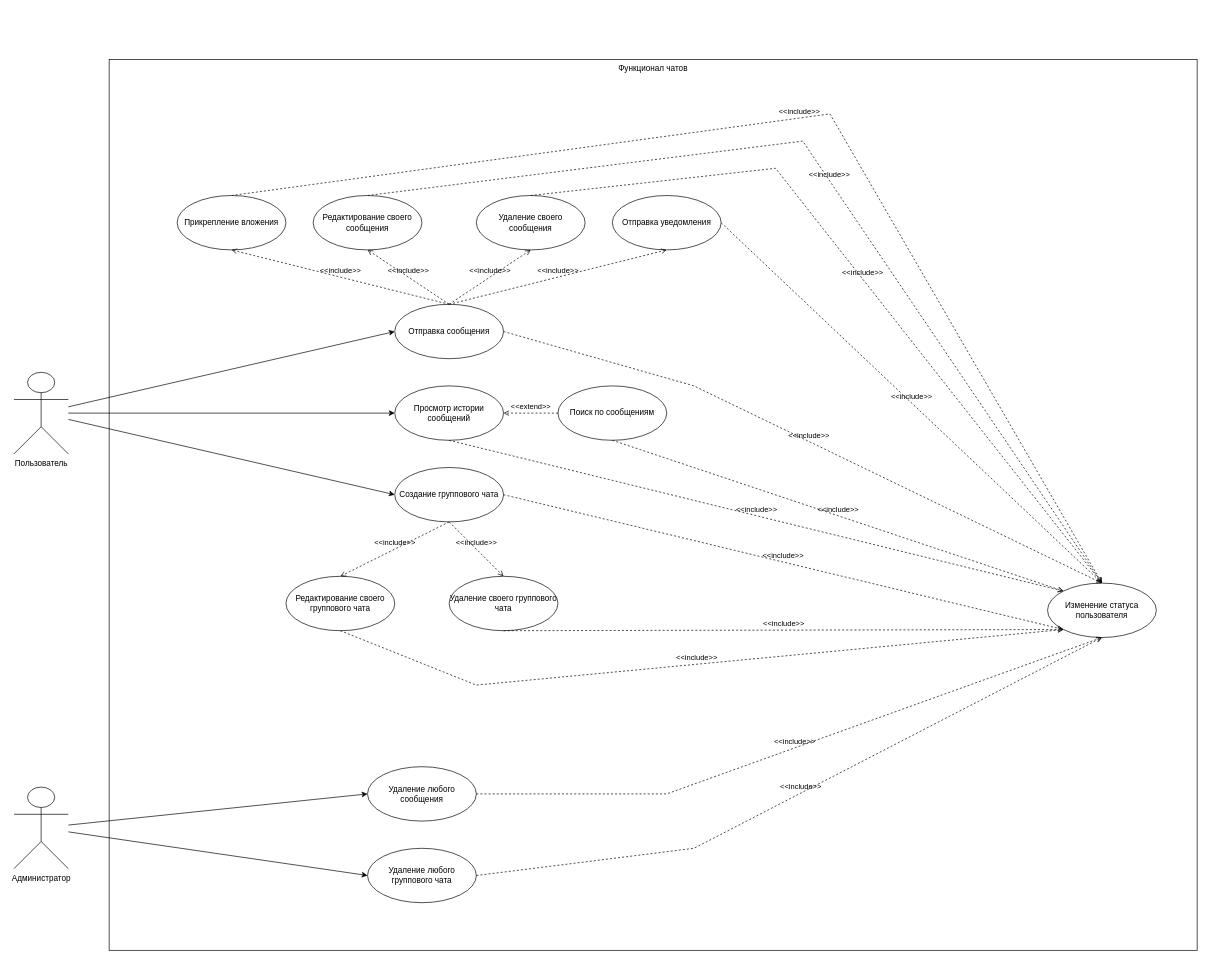
The draw.io diagram Description/Chat/Chat_User.drawio in Fox5113/corporate-social-system, before the edit. Source tidied: cells renumbered, new cells numbered last; positions are measured from the earlier drawing's top-left corner, leaving out a move shared by most shapes. Both pictures are drawn from the tidied source at 68%, with x=0, y=0 at pixel (14, 59).
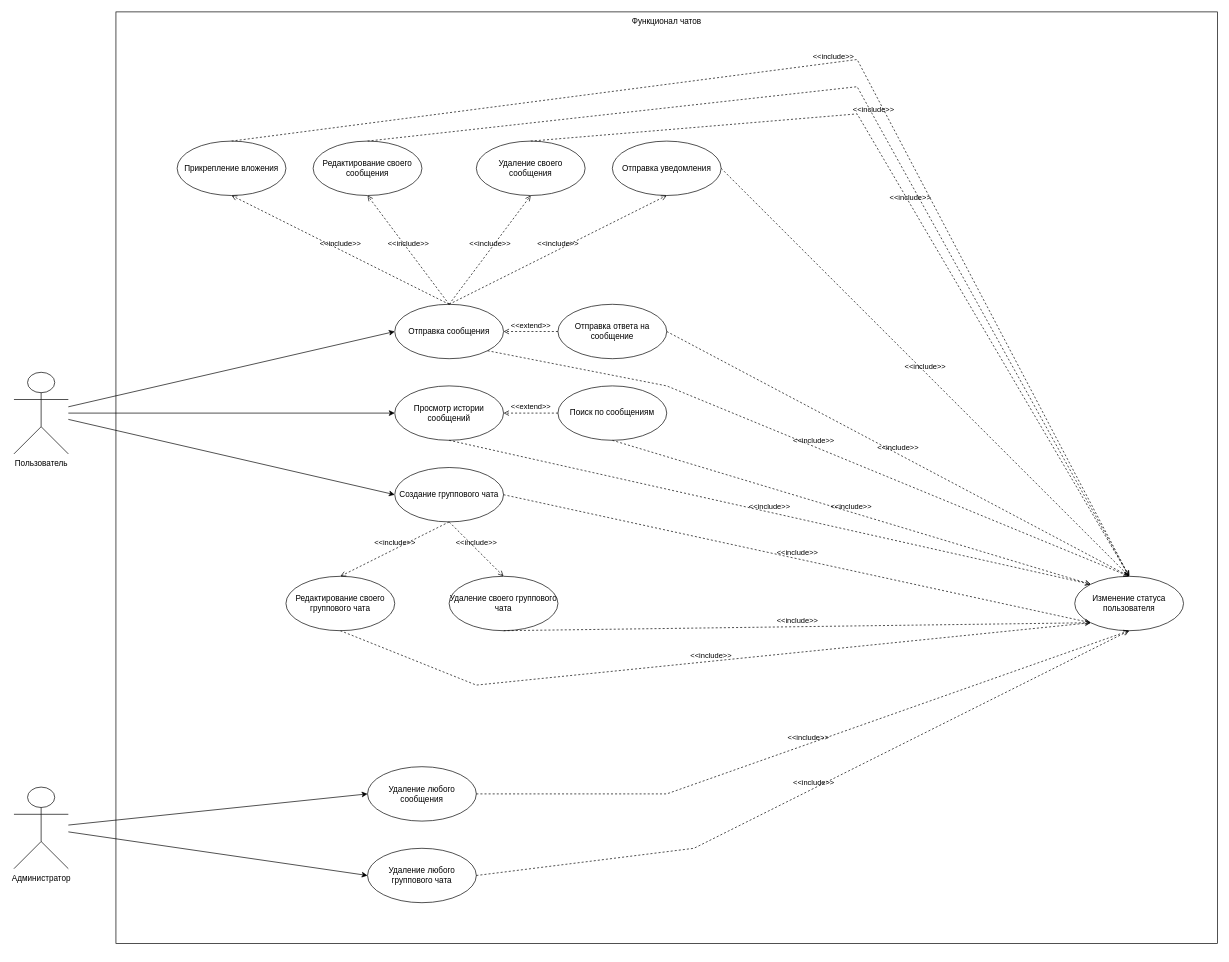
The same page after the edit.

Commit message (it also covers changes not shown here):
small fixes to chat and personal account

The change refers to these unchanged cells:
```xml
<mxCell id="7" value="Отправка сообщения" style="ellipse;whiteSpace=wrap;html=1;" parent="1" vertex="1">
  <mxGeometry x="560" y="360" width="160" height="80" as="geometry" />
</mxCell>
```

Change to the diagram source:
```diff
@@
     <mxCell id="2" value="Функционал чатов" style="rounded=0;whiteSpace=wrap;html=1;align=center;verticalAlign=top;shadow=0;" parent="1" vertex="1">
-      <mxGeometry x="140" width="1600" height="1310" as="geometry" />
+      <mxGeometry x="150" y="-70" width="1620" height="1370" as="geometry" />
     </mxCell>
@@
     <mxCell id="10" value="Удаление своего сообщения" style="ellipse;whiteSpace=wrap;html=1;" parent="1" vertex="1">
-      <mxGeometry x="680" y="200" width="160" height="80" as="geometry" />
+      <mxGeometry x="680" y="120" width="160" height="80" as="geometry" />
     </mxCell>
     <mxCell id="11" value="Редактирование своего сообщения" style="ellipse;whiteSpace=wrap;html=1;" parent="1" vertex="1">
-      <mxGeometry x="440" y="200" width="160" height="80" as="geometry" />
+      <mxGeometry x="440" y="120" width="160" height="80" as="geometry" />
     </mxCell>
@@
     <mxCell id="13" value="Прикрепление вложения" style="ellipse;whiteSpace=wrap;html=1;" parent="1" vertex="1">
-      <mxGeometry x="240" y="200" width="160" height="80" as="geometry" />
+      <mxGeometry x="240" y="120" width="160" height="80" as="geometry" />
     </mxCell>
     <mxCell id="14" value="Изменение статуса пользователя" style="ellipse;whiteSpace=wrap;html=1;" parent="1" vertex="1">
-      <mxGeometry x="1520" y="770" width="160" height="80" as="geometry" />
+      <mxGeometry x="1560" y="760" width="160" height="80" as="geometry" />
     </mxCell>
@@
     <mxCell id="17" value="Отправка уведомления" style="ellipse;whiteSpace=wrap;html=1;" parent="1" vertex="1">
-      <mxGeometry x="880" y="200" width="160" height="80" as="geometry" />
+      <mxGeometry x="880" y="120" width="160" height="80" as="geometry" />
     </mxCell>
@@
-    <mxCell id="37" value="&amp;lt;&amp;lt;include&amp;gt;&amp;gt;" style="html=1;verticalAlign=bottom;labelBackgroundColor=none;endArrow=open;endFill=0;dashed=1;rounded=0;exitX=1;exitY=0.5;exitDx=0;exitDy=0;entryX=0.5;entryY=0;entryDx=0;entryDy=0;" parent="1" edge="1" source="7" target="14">
+    <mxCell id="37" value="&amp;lt;&amp;lt;include&amp;gt;&amp;gt;" style="html=1;verticalAlign=bottom;labelBackgroundColor=none;endArrow=open;endFill=0;dashed=1;rounded=0;exitX=1;exitY=1;exitDx=0;exitDy=0;entryX=0.5;entryY=0;entryDx=0;entryDy=0;" parent="1" edge="1" source="7" target="14">
       <mxGeometry relative="1" as="geometry">
         <Array as="points">
-          <mxPoint x="1000" y="480" />
+          <mxPoint x="960" y="480" />
         </Array>
       </mxGeometry>
     </mxCell>
@@
     <mxCell id="39" value="&amp;lt;&amp;lt;include&amp;gt;&amp;gt;" style="html=1;verticalAlign=bottom;labelBackgroundColor=none;endArrow=open;endFill=0;dashed=1;rounded=0;exitX=0.5;exitY=0;exitDx=0;exitDy=0;entryX=0.5;entryY=0;entryDx=0;entryDy=0;" parent="1" edge="1" source="10" target="14">
       <mxGeometry relative="1" as="geometry">
         <Array as="points">
-          <mxPoint x="1120" y="160" />
+          <mxPoint x="1240" y="80" />
         </Array>
       </mxGeometry>
     </mxCell>
     <mxCell id="40" value="&amp;lt;&amp;lt;include&amp;gt;&amp;gt;" style="html=1;verticalAlign=bottom;labelBackgroundColor=none;endArrow=open;endFill=0;dashed=1;rounded=0;exitX=0.5;exitY=0;exitDx=0;exitDy=0;entryX=0.5;entryY=0;entryDx=0;entryDy=0;" parent="1" edge="1" source="11" target="14">
       <mxGeometry relative="1" as="geometry">
         <Array as="points">
-          <mxPoint x="1160" y="120" />
+          <mxPoint x="1240" y="40" />
         </Array>
       </mxGeometry>
     </mxCell>
     <mxCell id="41" value="&amp;lt;&amp;lt;include&amp;gt;&amp;gt;" style="html=1;verticalAlign=bottom;labelBackgroundColor=none;endArrow=open;endFill=0;dashed=1;rounded=0;exitX=0.5;exitY=0;exitDx=0;exitDy=0;entryX=0.5;entryY=0;entryDx=0;entryDy=0;" parent="1" edge="1" source="13" target="14">
       <mxGeometry relative="1" as="geometry">
         <Array as="points">
-          <mxPoint x="1200" y="80" />
+          <mxPoint x="1240" />
         </Array>
       </mxGeometry>
     </mxCell>
+    <mxCell id="42" value="Отправка ответа на сообщение" style="ellipse;whiteSpace=wrap;html=1;" parent="1" vertex="1">
+      <mxGeometry x="800" y="360" width="160" height="80" as="geometry" />
+    </mxCell>
+    <mxCell id="43" value="&amp;lt;&amp;lt;extend&amp;gt;&amp;gt;" style="html=1;verticalAlign=bottom;labelBackgroundColor=none;endArrow=open;endFill=0;dashed=1;rounded=0;entryX=1;entryY=0.5;entryDx=0;entryDy=0;exitX=0;exitY=0.5;exitDx=0;exitDy=0;" parent="1" edge="1" source="42" target="7">
+      <mxGeometry relative="1" as="geometry" />
+    </mxCell>
+    <mxCell id="44" value="&amp;lt;&amp;lt;include&amp;gt;&amp;gt;" style="html=1;verticalAlign=bottom;labelBackgroundColor=none;endArrow=open;endFill=0;dashed=1;rounded=0;exitX=1;exitY=0.5;exitDx=0;exitDy=0;entryX=0.5;entryY=0;entryDx=0;entryDy=0;" parent="1" edge="1" source="42" target="14">
+      <mxGeometry relative="1" as="geometry" />
+    </mxCell>
```
